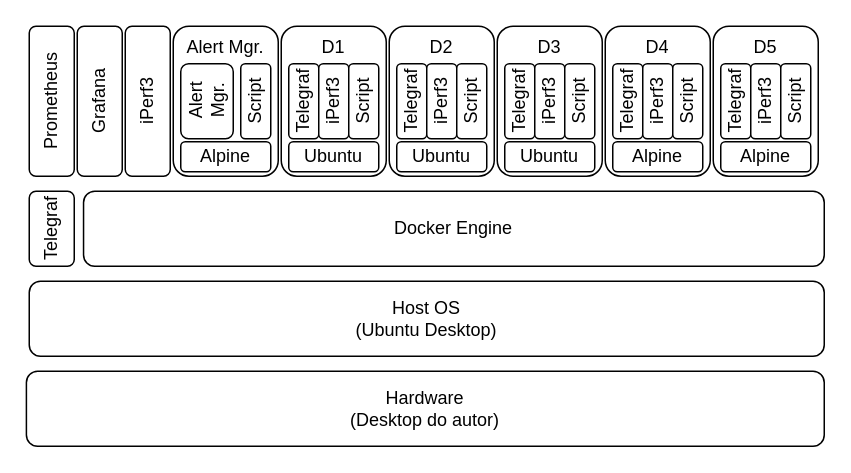
The draw.io diagram texto/Diagrams/v4-prometheus/final_stack.drawio in vitorco7/saturmon, before the edit. Source tidied: cells renumbered, new cells numbered last; positions are measured from the earlier drawing's top-left corner, leaving out a move shared by most shapes. Both pictures are drawn from the tidied source at 150%, with x=0, y=0 at pixel (26, 26).
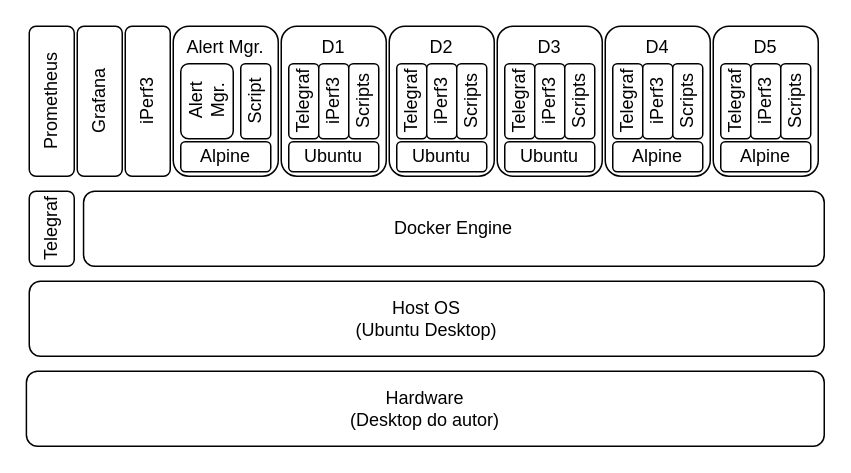
The same diagram, later.

The change refers to these unchanged cells:
```xml
<mxCell id="10" style="group;" parent="9" vertex="1">
  <mxGeometry x="72" width="70" height="100" as="geometry" />
</mxCell>
<mxCell id="16" style="group;" parent="9" vertex="1">
  <mxGeometry width="70" height="100" as="geometry" />
</mxCell>
<mxCell id="22" style="group;" parent="9" vertex="1">
  <mxGeometry x="144" width="70" height="100" as="geometry" />
</mxCell>
<mxCell id="28" style="group;" parent="9" vertex="1">
  <mxGeometry x="216" width="70" height="100" as="geometry" />
</mxCell>
<mxCell id="34" style="group;" parent="9" vertex="1">
  <mxGeometry x="288" width="70" height="100" as="geometry" />
</mxCell>
```

Diff of the diagram source:
```diff
@@
-    <mxCell id="15" value="Script" style="rounded=1;whiteSpace=wrap;html=1;direction=north;horizontal=0;" parent="10" vertex="1">
+    <mxCell id="15" value="Scripts" style="rounded=1;whiteSpace=wrap;html=1;direction=north;horizontal=0;" parent="10" vertex="1">
       <mxGeometry x="45" y="25" width="20" height="50" as="geometry" />
     </mxCell>
@@
-    <mxCell id="21" value="Script" style="rounded=1;whiteSpace=wrap;html=1;direction=north;horizontal=0;" parent="16" vertex="1">
+    <mxCell id="21" value="Scripts" style="rounded=1;whiteSpace=wrap;html=1;direction=north;horizontal=0;" parent="16" vertex="1">
       <mxGeometry x="45" y="25" width="20" height="50" as="geometry" />
     </mxCell>
@@
-    <mxCell id="27" value="Script" style="rounded=1;whiteSpace=wrap;html=1;direction=north;horizontal=0;" parent="22" vertex="1">
+    <mxCell id="27" value="Scripts" style="rounded=1;whiteSpace=wrap;html=1;direction=north;horizontal=0;" parent="22" vertex="1">
       <mxGeometry x="45" y="25" width="20" height="50" as="geometry" />
     </mxCell>
@@
-    <mxCell id="33" value="Script" style="rounded=1;whiteSpace=wrap;html=1;direction=north;horizontal=0;" parent="28" vertex="1">
+    <mxCell id="33" value="Scripts" style="rounded=1;whiteSpace=wrap;html=1;direction=north;horizontal=0;" parent="28" vertex="1">
       <mxGeometry x="45" y="25" width="20" height="50" as="geometry" />
     </mxCell>
@@
-    <mxCell id="39" value="Script" style="rounded=1;whiteSpace=wrap;html=1;direction=north;horizontal=0;" parent="34" vertex="1">
+    <mxCell id="39" value="Scripts" style="rounded=1;whiteSpace=wrap;html=1;direction=north;horizontal=0;" parent="34" vertex="1">
       <mxGeometry x="45" y="25" width="20" height="50" as="geometry" />
     </mxCell>
```
